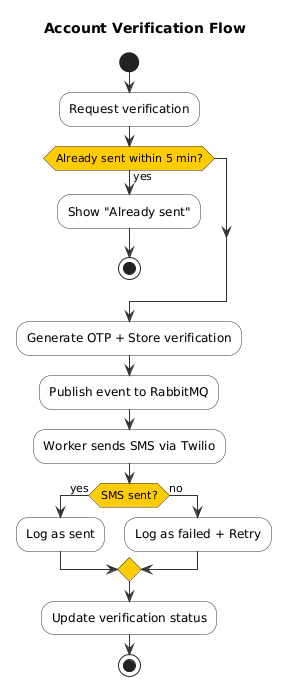
The PlantUML diagram modules/auth/images/activity/activity-diagram.png in namnh240795/document, before a commit.
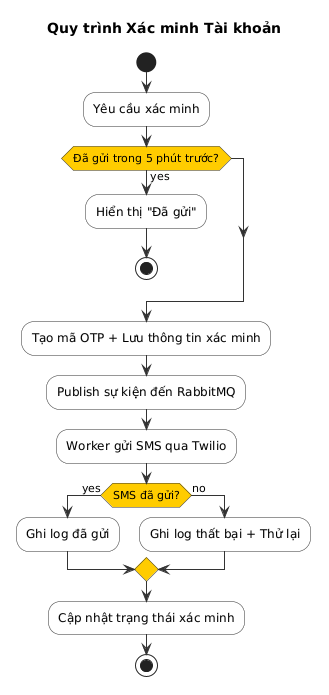
After the change.

Diff of the diagram source:
```diff
@@ -8,30 +8,30 @@
   DiamondBorderColor #333333
 }
 
-title Account Verification Flow
+title Quy trình Xác minh Tài khoản
 
 start
 
-:Request verification;
+:Yêu cầu xác minh;
 
-if (Already sent within 5 min?) then (yes)
-  :Show "Already sent";
+if (Đã gửi trong 5 phút trước?) then (yes)
+  :Hiển thị "Đã gửi";
   stop
 endif
 
-:Generate OTP + Store verification;
+:Tạo mã OTP + Lưu thông tin xác minh;
 
-:Publish event to RabbitMQ;
+:Publish sự kiện đến RabbitMQ;
 
-:Worker sends SMS via Twilio;
+:Worker gửi SMS qua Twilio;
 
-if (SMS sent?) then (yes)
-  :Log as sent;
+if (SMS đã gửi?) then (yes)
+  :Ghi log đã gửi;
 else (no)
-  :Log as failed + Retry;
+  :Ghi log thất bại + Thử lại;
 endif
 
-:Update verification status;
+:Cập nhật trạng thái xác minh;
 
 stop
 
```
